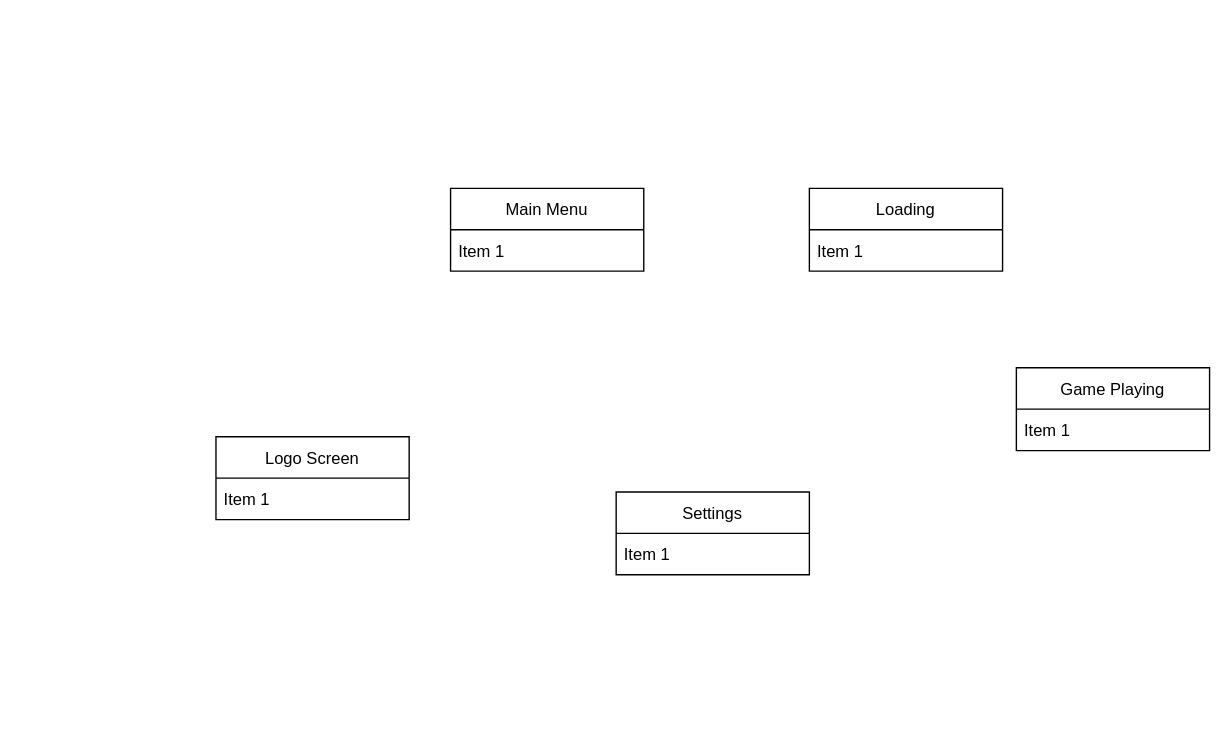
beyondchan28/TrainSurfingGodot keeps this draw.io diagram as raw file/Flow.drawio. Above is the earlier version. Source tidied: cells renumbered, new cells numbered last; positions are measured from the earlier drawing's top-left corner, leaving out a move shared by most shapes. Both pictures are drawn from the tidied source at 138%, with x=0, y=0 at pixel (215, 188).
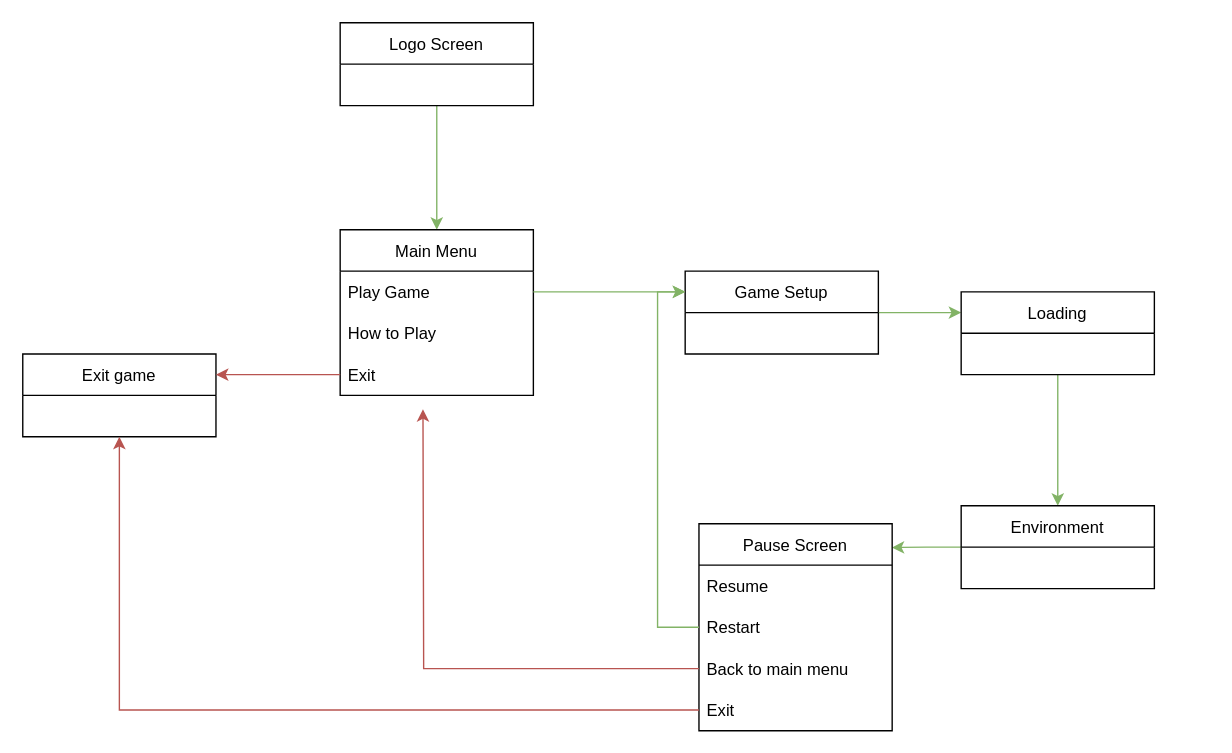
After the change.

Change to the diagram source:
```diff
@@
+    <mxCell id="12" style="edgeStyle=orthogonalEdgeStyle;rounded=0;jettySize=auto;html=1;entryX=0.5;entryY=0;entryDx=0;entryDy=0;fillColor=#d5e8d4;strokeColor=#82b366;" parent="1" edge="1" source="2" target="4">
+      <mxGeometry relative="1" as="geometry" />
+    </mxCell>
     <mxCell id="2" value="Logo Screen" style="swimlane;fontStyle=0;horizontal=1;startSize=30;" parent="1" vertex="1">
-      <mxGeometry y="180" width="140" height="60" as="geometry" />
+      <mxGeometry x="90" y="-120" width="140" height="60" as="geometry" />
     </mxCell>
-    <mxCell id="3" value="Item 1" style="text;strokeColor=none;fillColor=none;align=left;verticalAlign=middle;spacingLeft=4;spacingRight=4;overflow=hidden;" parent="2" vertex="1">
-      <mxGeometry y="30" width="140" height="30" as="geometry" />
-    </mxCell>
     <mxCell id="4" value="Main Menu" style="swimlane;fontStyle=0;horizontal=1;startSize=30;" parent="1" vertex="1">
-      <mxGeometry x="170" width="140" height="60" as="geometry" />
+      <mxGeometry x="90" y="30" width="140" height="120" as="geometry" />
     </mxCell>
-    <mxCell id="5" value="Item 1" style="text;strokeColor=none;fillColor=none;align=left;verticalAlign=middle;spacingLeft=4;spacingRight=4;overflow=hidden;points=[[0,0.5],[1,0.5]];portConstraint=eastwest;" parent="4" vertex="1">
+    <mxCell id="5" value="Play Game" style="text;strokeColor=none;fillColor=none;align=left;verticalAlign=middle;spacingLeft=4;spacingRight=4;overflow=hidden;points=[[0,0.5],[1,0.5]];portConstraint=eastwest;" parent="4" vertex="1">
       <mxGeometry y="30" width="140" height="30" as="geometry" />
     </mxCell>
-    <mxCell id="6" value="Settings" style="swimlane;fontStyle=0;horizontal=1;startSize=30;" parent="1" vertex="1">
-      <mxGeometry x="290" y="220" width="140" height="60" as="geometry" />
-    </mxCell>
-    <mxCell id="7" value="Item 1" style="text;strokeColor=none;fillColor=none;align=left;verticalAlign=middle;spacingLeft=4;spacingRight=4;overflow=hidden;" parent="6" vertex="1">
-      <mxGeometry y="30" width="140" height="30" as="geometry" />
-    </mxCell>
+    <mxCell id="13" value="How to Play" style="text;strokeColor=none;fillColor=none;align=left;verticalAlign=middle;spacingLeft=4;spacingRight=4;overflow=hidden;" parent="4" vertex="1">
+      <mxGeometry y="60" width="140" height="30" as="geometry" />
+    </mxCell>
+    <mxCell id="14" value="Exit" style="text;strokeColor=none;fillColor=none;align=left;verticalAlign=middle;spacingLeft=4;spacingRight=4;overflow=hidden;points=[[0,0.5],[1,0.5]];portConstraint=eastwest;" parent="4" vertex="1">
+      <mxGeometry y="90" width="140" height="30" as="geometry" />
+    </mxCell>
+    <mxCell id="15" style="edgeStyle=orthogonalEdgeStyle;rounded=0;jettySize=auto;html=1;entryX=0;entryY=0.25;entryDx=0;entryDy=0;fillColor=#d5e8d4;strokeColor=#82b366;" parent="1" edge="1" source="8" target="10">
+      <mxGeometry relative="1" as="geometry" />
+    </mxCell>
-    <mxCell id="8" value="Loading" style="swimlane;fontStyle=0;horizontal=1;startSize=30;" parent="1" vertex="1">
-      <mxGeometry x="430" width="140" height="60" as="geometry" />
+    <mxCell id="8" value="Game Setup" style="swimlane;fontStyle=0;horizontal=1;startSize=30;" parent="1" vertex="1">
+      <mxGeometry x="340" y="60" width="140" height="60" as="geometry" />
     </mxCell>
-    <mxCell id="9" value="Item 1" style="text;strokeColor=none;fillColor=none;align=left;verticalAlign=middle;spacingLeft=4;spacingRight=4;overflow=hidden;" parent="8" vertex="1">
-      <mxGeometry y="30" width="140" height="30" as="geometry" />
-    </mxCell>
+    <mxCell id="16" style="edgeStyle=orthogonalEdgeStyle;rounded=0;jettySize=auto;html=1;entryX=0.5;entryY=0;entryDx=0;entryDy=0;fillColor=#d5e8d4;strokeColor=#82b366;" parent="1" edge="1" source="10" target="18">
+      <mxGeometry relative="1" as="geometry" />
+    </mxCell>
-    <mxCell id="10" value="Game Playing" style="swimlane;fontStyle=0;horizontal=1;startSize=30;" parent="1" vertex="1">
-      <mxGeometry x="580" y="130" width="140" height="60" as="geometry" />
+    <mxCell id="10" value="Loading" style="swimlane;fontStyle=0;horizontal=1;startSize=30;" parent="1" vertex="1">
+      <mxGeometry x="540" y="75" width="140" height="60" as="geometry" />
     </mxCell>
-    <mxCell id="11" value="Item 1" style="text;strokeColor=none;fillColor=none;align=left;verticalAlign=middle;spacingLeft=4;spacingRight=4;overflow=hidden;" parent="10" vertex="1">
-      <mxGeometry y="30" width="140" height="30" as="geometry" />
-    </mxCell>
+    <mxCell id="17" style="edgeStyle=orthogonalEdgeStyle;rounded=0;jettySize=auto;html=1;entryX=0.998;entryY=0.115;entryDx=0;entryDy=0;entryPerimeter=0;fillColor=#d5e8d4;strokeColor=#82b366;" parent="1" edge="1" source="18" target="22">
+      <mxGeometry relative="1" as="geometry" />
+    </mxCell>
+    <mxCell id="18" value="Environment" style="swimlane;fontStyle=0;horizontal=1;startSize=30;" parent="1" vertex="1">
+      <mxGeometry x="540" y="230" width="140" height="60" as="geometry" />
+    </mxCell>
+    <mxCell id="19" value="Exit game" style="swimlane;fontStyle=0;horizontal=1;startSize=30;" parent="1" vertex="1">
+      <mxGeometry x="-140" y="120" width="140" height="60" as="geometry" />
+    </mxCell>
+    <mxCell id="20" style="edgeStyle=orthogonalEdgeStyle;rounded=0;jettySize=auto;html=1;entryX=1;entryY=0.25;entryDx=0;entryDy=0;fillColor=#f8cecc;strokeColor=#b85450;" parent="1" edge="1" source="14" target="19">
+      <mxGeometry relative="1" as="geometry" />
+    </mxCell>
+    <mxCell id="21" style="edgeStyle=orthogonalEdgeStyle;rounded=0;jettySize=auto;html=1;exitX=1;exitY=0.5;exitDx=0;exitDy=0;entryX=0;entryY=0.25;entryDx=0;entryDy=0;fillColor=#d5e8d4;strokeColor=#82b366;" parent="1" edge="1" source="5" target="8">
+      <mxGeometry relative="1" as="geometry" />
+    </mxCell>
+    <mxCell id="22" value="Pause Screen" style="swimlane;fontStyle=0;horizontal=1;startSize=30;" parent="1" vertex="1">
+      <mxGeometry x="350" y="243" width="140" height="150" as="geometry" />
+    </mxCell>
+    <mxCell id="23" value="Resume" style="text;strokeColor=none;fillColor=none;align=left;verticalAlign=middle;spacingLeft=4;spacingRight=4;overflow=hidden;" parent="22" vertex="1">
+      <mxGeometry y="30" width="140" height="30" as="geometry" />
+    </mxCell>
+    <mxCell id="24" value="Restart" style="text;strokeColor=none;fillColor=none;align=left;verticalAlign=middle;spacingLeft=4;spacingRight=4;overflow=hidden;points=[[0,0.5],[1,0.5]];portConstraint=eastwest;" parent="22" vertex="1">
+      <mxGeometry y="60" width="140" height="30" as="geometry" />
+    </mxCell>
+    <mxCell id="25" value="Back to main menu" style="text;strokeColor=none;fillColor=none;align=left;verticalAlign=middle;spacingLeft=4;spacingRight=4;overflow=hidden;points=[[0,0.5],[1,0.5]];portConstraint=eastwest;" parent="22" vertex="1">
+      <mxGeometry y="90" width="140" height="30" as="geometry" />
+    </mxCell>
+    <mxCell id="26" value="Exit" style="text;strokeColor=none;fillColor=none;align=left;verticalAlign=middle;spacingLeft=4;spacingRight=4;overflow=hidden;points=[[0,0.5],[1,0.5]];portConstraint=eastwest;" parent="22" vertex="1">
+      <mxGeometry y="120" width="140" height="30" as="geometry" />
+    </mxCell>
+    <mxCell id="27" style="edgeStyle=orthogonalEdgeStyle;rounded=0;jettySize=auto;html=1;fillColor=#f8cecc;strokeColor=#b85450;" parent="1" edge="1" source="25">
+      <mxGeometry relative="1" as="geometry">
+        <mxPoint x="150" y="160" as="targetPoint" />
+      </mxGeometry>
+    </mxCell>
+    <mxCell id="28" style="edgeStyle=orthogonalEdgeStyle;rounded=0;jettySize=auto;html=1;entryX=0;entryY=0.25;entryDx=0;entryDy=0;fillColor=#d5e8d4;strokeColor=#82b366;" parent="1" edge="1" source="24" target="8">
+      <mxGeometry relative="1" as="geometry" />
+    </mxCell>
+    <mxCell id="29" style="edgeStyle=orthogonalEdgeStyle;rounded=0;jettySize=auto;html=1;entryX=0.5;entryY=1;entryDx=0;entryDy=0;fillColor=#f8cecc;strokeColor=#b85450;" parent="1" edge="1" source="26" target="19">
+      <mxGeometry relative="1" as="geometry" />
+    </mxCell>
```
